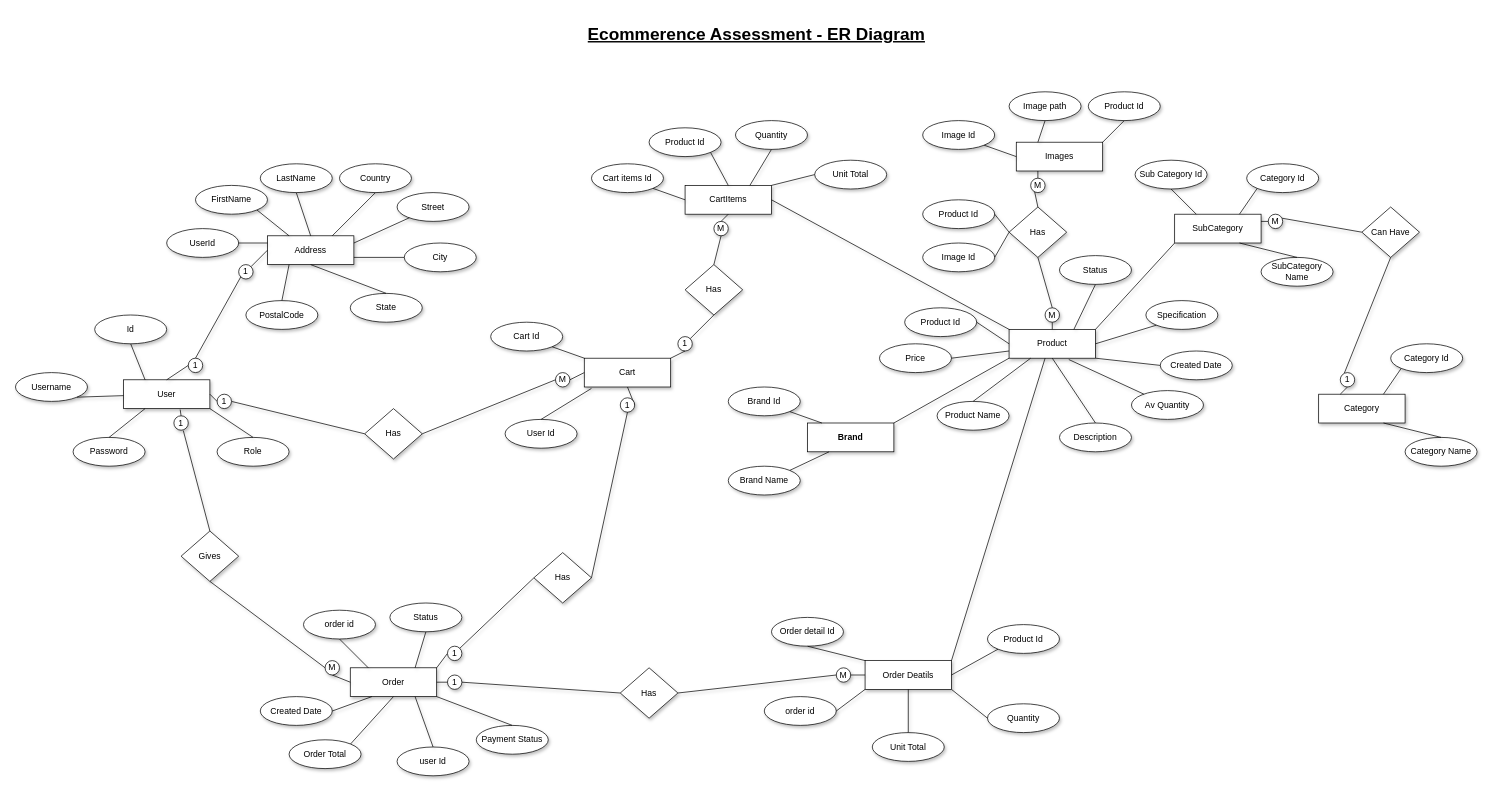
Above: page "ER Diagram" (3 of 4) of Untitled Diagram.drawio in buddikatdk/ecommerence-project (draw.io), before the change. Source tidied: cells renumbered, new cells numbered last; positions are measured from the earlier drawing's top-left corner, leaving out a move shared by most shapes. Both pictures are drawn from the tidied source at 72%, with x=0, y=0 at pixel (15, 19).
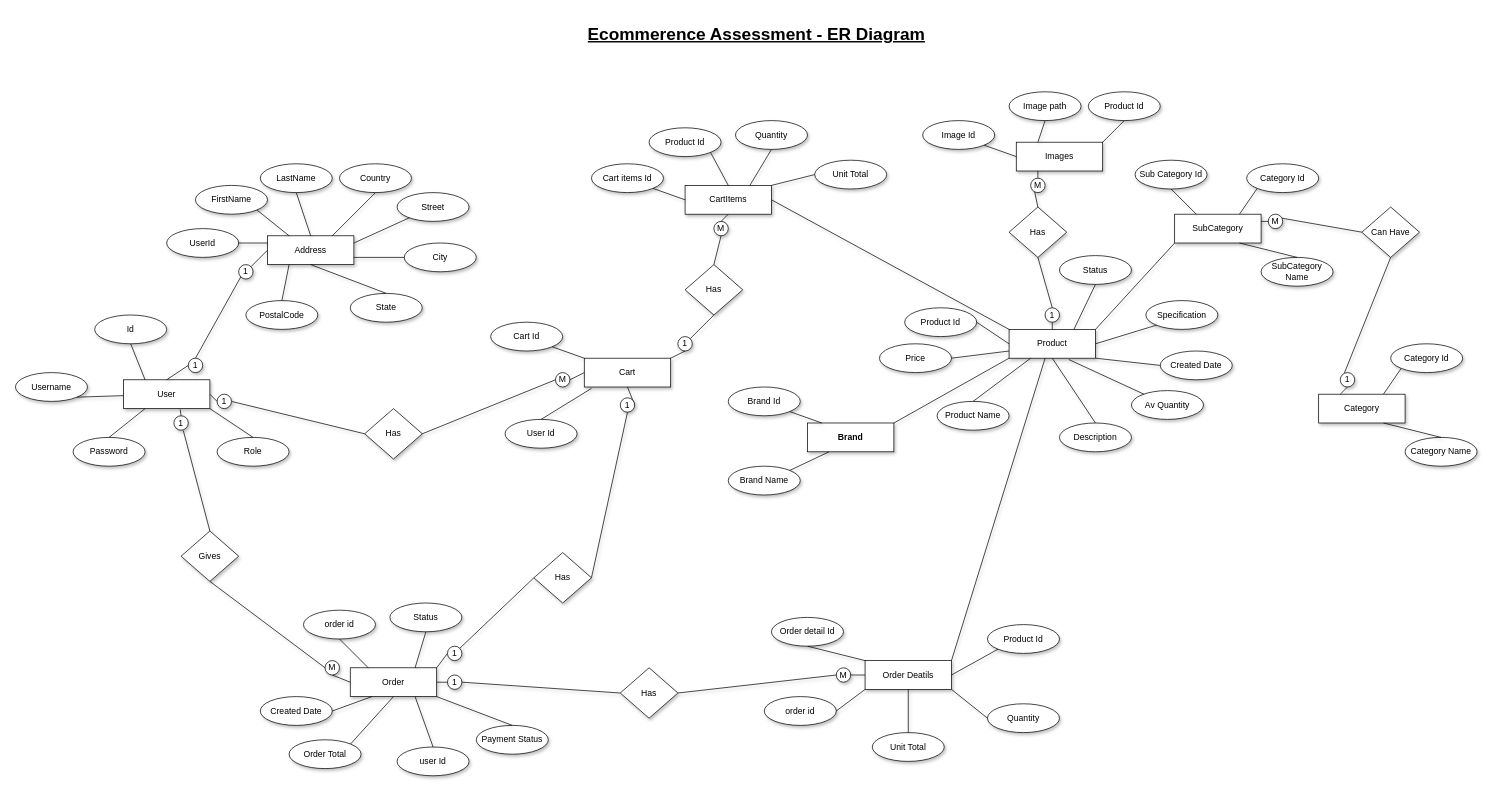
After the change.

The change refers to these unchanged cells:
```xml
<mxCell id="65" value="Has" style="rhombus;whiteSpace=wrap;html=1;shadow=1;" parent="1" vertex="1">
  <mxGeometry x="1380" y="260" width="80" height="70" as="geometry" />
</mxCell>
```

Diff of the diagram source:
```diff
@@
-    <mxCell id="73" value="Product Id" style="ellipse;whiteSpace=wrap;html=1;shadow=1;" parent="1" vertex="1">
-      <mxGeometry x="1260" y="250" width="100" height="40" as="geometry" />
-    </mxCell>
-    <mxCell id="74" style="endArrow=none;html=1;rounded=0;shadow=1;entryX=0;entryY=0.5;entryDx=0;entryDy=0;exitX=1;exitY=0.5;exitDx=0;exitDy=0;" parent="1" edge="1" source="73" target="65">
-      <mxGeometry relative="1" as="geometry" />
-    </mxCell>
-    <mxCell id="75" value="Image Id" style="ellipse;whiteSpace=wrap;html=1;shadow=1;" parent="1" vertex="1">
-      <mxGeometry x="1260" y="310" width="100" height="40" as="geometry" />
-    </mxCell>
-    <mxCell id="76" style="endArrow=none;html=1;rounded=0;shadow=1;entryX=0;entryY=0.5;entryDx=0;entryDy=0;exitX=1;exitY=0.5;exitDx=0;exitDy=0;" parent="1" edge="1" source="75" target="65">
-      <mxGeometry relative="1" as="geometry" />
-    </mxCell>
@@
-    <mxCell id="79" value="M" style="ellipse;whiteSpace=wrap;html=1;shadow=1;" parent="1" vertex="1">
+    <mxCell id="79" value="1" style="ellipse;whiteSpace=wrap;html=1;shadow=1;" parent="1" vertex="1">
       <mxGeometry x="1430" y="400" width="20" height="20" as="geometry" />
     </mxCell>
```
